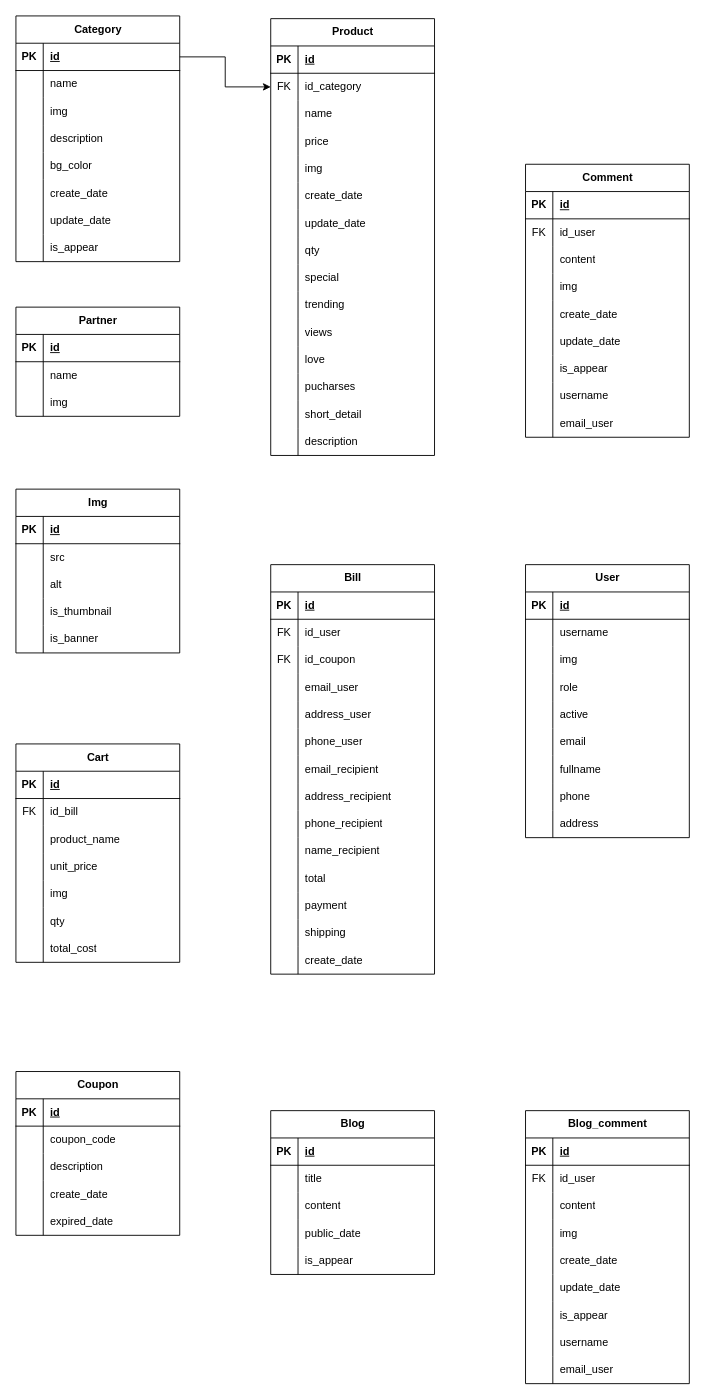
Above: .vscode/LEGOUS_DIAGRAM.drawio in thanh8724/Legous (draw.io), before the change. Source tidied: cells renumbered, new cells numbered last; positions are measured from the earlier drawing's top-left corner, leaving out a move shared by most shapes. Both pictures are drawn from the tidied source at 91%, with x=0, y=0 at pixel (15, 15).
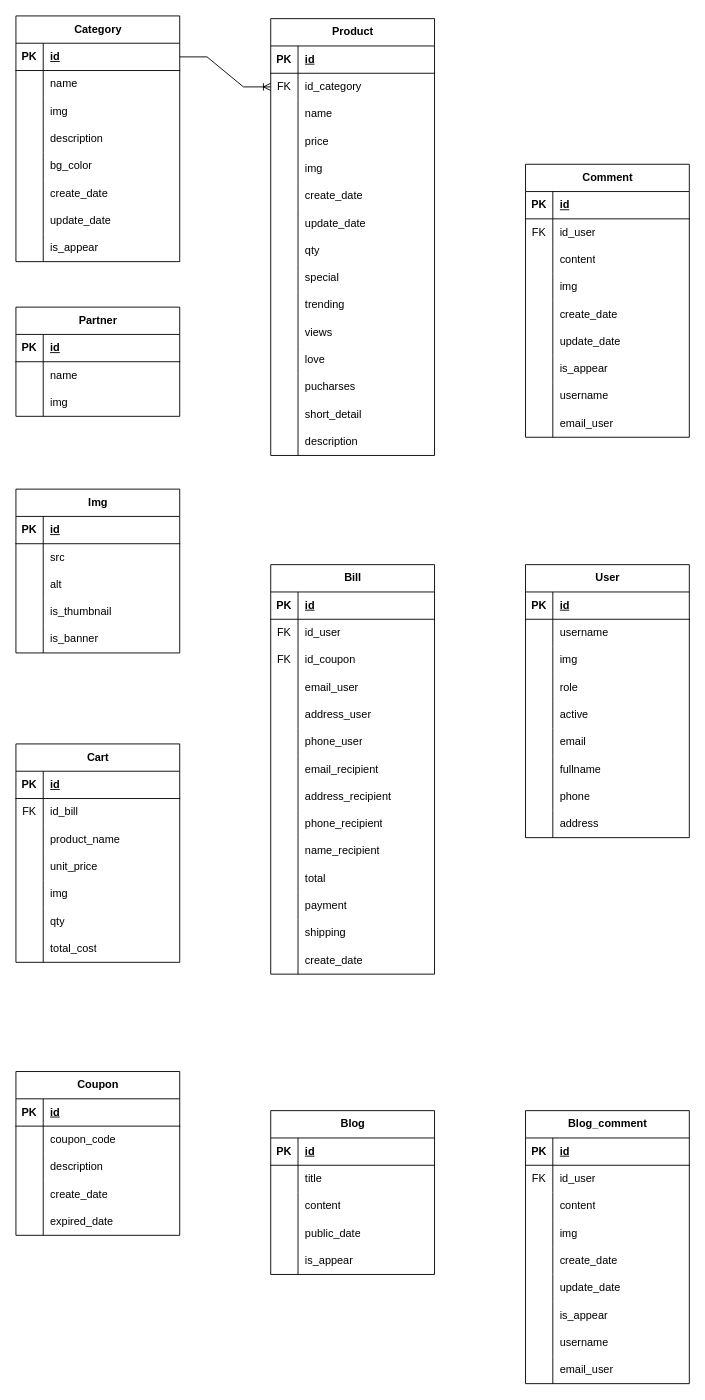
After the change.

Commit message:
Cập nhật LEGOUS_DIAGRAM.drawio

The change refers to these unchanged cells:
```xml
<mxCell id="6" style="shape=tableRow;horizontal=0;startSize=0;swimlaneHead=0;swimlaneBody=0;fillColor=none;points=[[0,0.5],[1,0.5]];portConstraint=eastwest;top=0;left=0;right=0;bottom=0;" parent="2" vertex="1">
  <mxGeometry y="60" width="180" height="30" as="geometry" />
</mxCell>
<mxCell id="49" style="shape=tableRow;horizontal=0;startSize=0;swimlaneHead=0;swimlaneBody=0;fillColor=none;points=[[0,0.5],[1,0.5]];portConstraint=eastwest;top=0;left=0;right=0;bottom=1;" parent="48" vertex="1">
  <mxGeometry y="30" width="180" height="30" as="geometry" />
</mxCell>
```

The edit, as a diff of the source:
```diff
@@
-    <mxCell id="280" style="edgeStyle=orthogonalEdgeStyle;rounded=0;jettySize=auto;html=1;exitX=1;exitY=0.5;exitDx=0;exitDy=0;" parent="1" edge="1" source="49" target="6">
+    <mxCell id="280" style="edgeStyle=entityRelationEdgeStyle;fontSize=12;html=1;endArrow=ERoneToMany;rounded=0;exitX=1;exitY=0.5;exitDx=0;exitDy=0;" parent="1" edge="1" source="49" target="6">
       <mxGeometry relative="1" as="geometry" />
     </mxCell>
```
